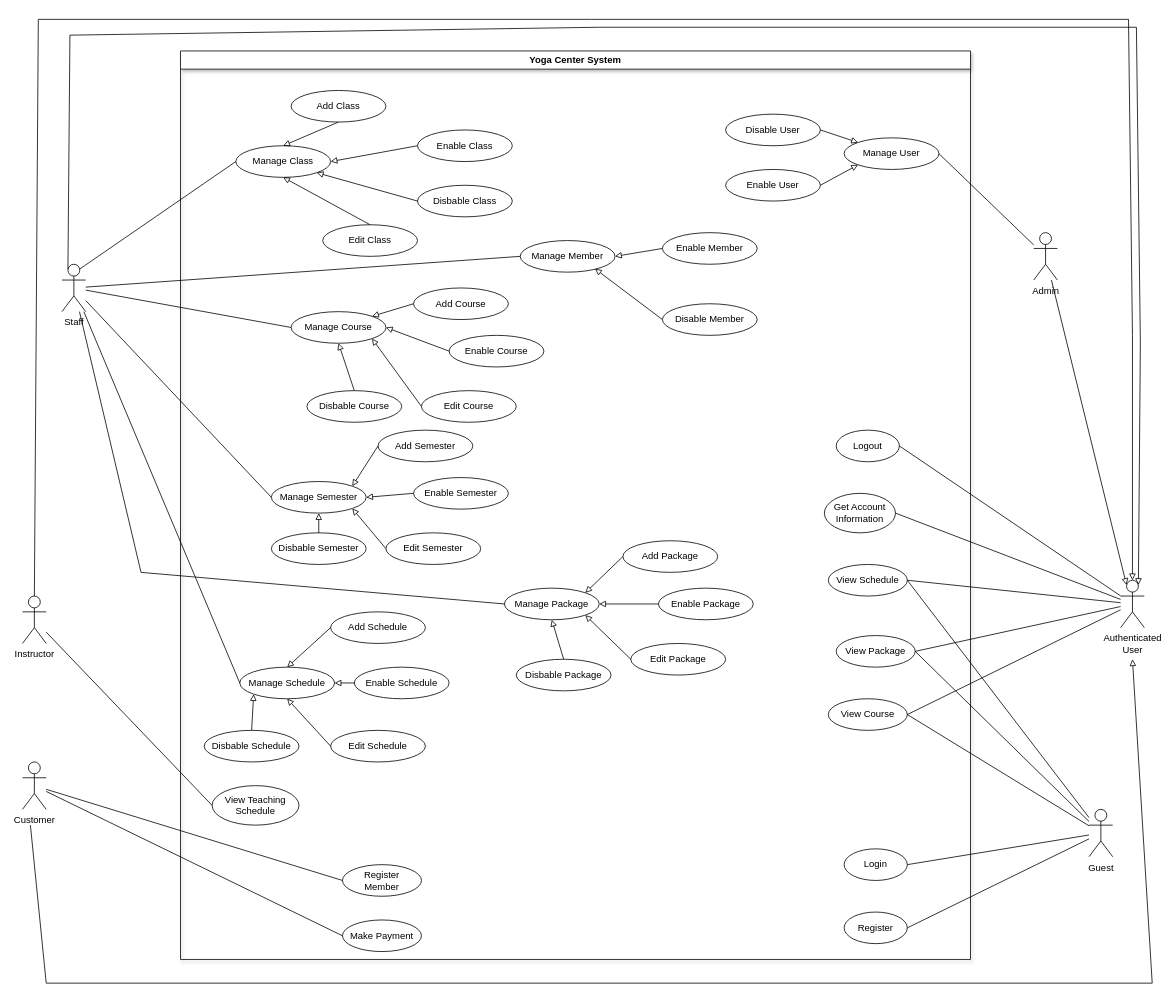
The draw.io diagram page "SWR1" (4 of 4) of Untitled Diagram.drawio in minhng-178/web-starter-projects, before the edit. Source tidied: cells renumbered, new cells numbered last; positions are measured from the earlier drawing's top-left corner, leaving out a move shared by most shapes. Both pictures are drawn from the tidied source at 79%, with x=0, y=0 at pixel (22, 19).
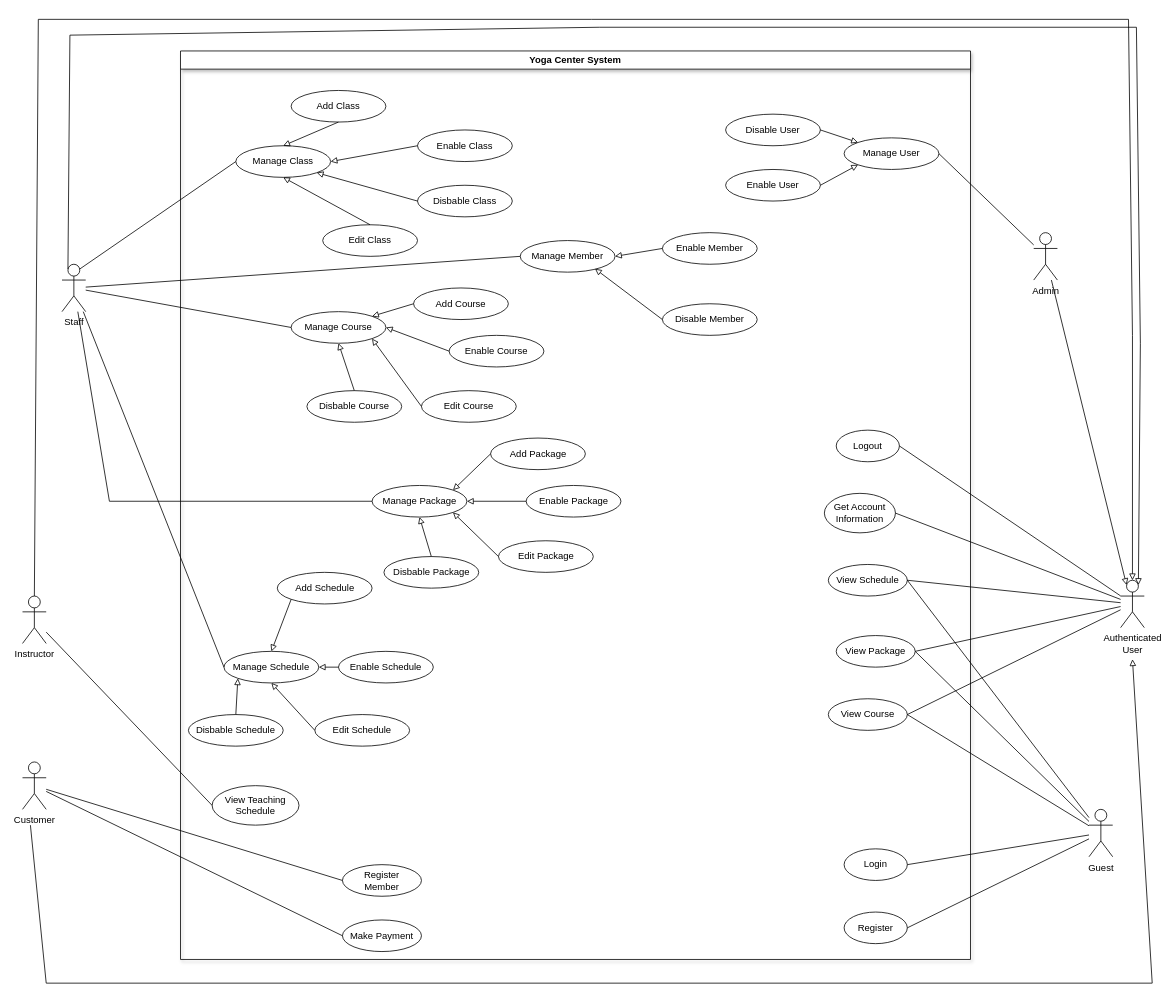
The same diagram, later.

Unchanged cells that the change refers to:
```xml
<mxCell id="2" value="Yoga Center System" style="swimlane;whiteSpace=wrap;html=1;shadow=1;fontStyle=1;" parent="1" vertex="1">
  <mxGeometry x="200" y="40" width="1000" height="1150" as="geometry" />
</mxCell>
<mxCell id="82" value="Staff" style="shape=umlActor;verticalLabelPosition=bottom;verticalAlign=top;html=1;outlineConnect=0;" parent="1" vertex="1">
  <mxGeometry x="50" y="310" width="30" height="60" as="geometry" />
</mxCell>
```

Diff of the diagram source:
```diff
@@
     <mxCell id="34" value="Enable Schedule" style="ellipse;whiteSpace=wrap;html=1;" parent="2" vertex="1">
-      <mxGeometry x="220" y="780" width="120" height="40" as="geometry" />
+      <mxGeometry x="200" y="760" width="120" height="40" as="geometry" />
     </mxCell>
@@
     <mxCell id="36" value="Disbable Schedule" style="ellipse;whiteSpace=wrap;html=1;" parent="2" vertex="1">
-      <mxGeometry x="30" y="860" width="120" height="40" as="geometry" />
+      <mxGeometry x="10" y="840" width="120" height="40" as="geometry" />
     </mxCell>
     <mxCell id="37" value="Edit Schedule" style="ellipse;whiteSpace=wrap;html=1;" parent="2" vertex="1">
-      <mxGeometry x="190" y="860" width="120" height="40" as="geometry" />
+      <mxGeometry x="170" y="840" width="120" height="40" as="geometry" />
     </mxCell>
@@
     <mxCell id="40" value="Manage Schedule" style="ellipse;whiteSpace=wrap;html=1;" parent="2" vertex="1">
-      <mxGeometry x="75" y="780" width="120" height="40" as="geometry" />
+      <mxGeometry x="55" y="760" width="120" height="40" as="geometry" />
     </mxCell>
@@
-    <mxCell id="46" value="Manage Semester" style="ellipse;whiteSpace=wrap;html=1;" parent="2" vertex="1">
-      <mxGeometry x="115" y="545" width="120" height="40" as="geometry" />
-    </mxCell>
-    <mxCell id="47" value="Add Semester" style="ellipse;whiteSpace=wrap;html=1;" parent="2" vertex="1">
-      <mxGeometry x="250" y="480" width="120" height="40" as="geometry" />
-    </mxCell>
-    <mxCell id="48" value="Enable Semester" style="ellipse;whiteSpace=wrap;html=1;" parent="2" vertex="1">
-      <mxGeometry x="295" y="540" width="120" height="40" as="geometry" />
-    </mxCell>
-    <mxCell id="49" value="Disbable Semester" style="ellipse;whiteSpace=wrap;html=1;" parent="2" vertex="1">
-      <mxGeometry x="115" y="610" width="120" height="40" as="geometry" />
-    </mxCell>
-    <mxCell id="50" value="Edit Semester" style="ellipse;whiteSpace=wrap;html=1;" parent="2" vertex="1">
-      <mxGeometry x="260" y="610" width="120" height="40" as="geometry" />
-    </mxCell>
-    <mxCell id="51" style="endArrow=block;html=1;rounded=0;entryX=0.5;entryY=1;entryDx=0;entryDy=0;endFill=0;exitX=0.5;exitY=0;exitDx=0;exitDy=0;" parent="2" edge="1" source="49" target="46">
-      <mxGeometry relative="1" as="geometry" />
-    </mxCell>
-    <mxCell id="52" style="endArrow=block;html=1;rounded=0;entryX=1;entryY=0;entryDx=0;entryDy=0;endFill=0;exitX=0;exitY=0.5;exitDx=0;exitDy=0;" parent="2" edge="1" source="47" target="46">
-      <mxGeometry relative="1" as="geometry" />
-    </mxCell>
-    <mxCell id="53" style="endArrow=block;html=1;rounded=0;entryX=1;entryY=0.5;entryDx=0;entryDy=0;endFill=0;exitX=0;exitY=0.5;exitDx=0;exitDy=0;" parent="2" edge="1" source="48" target="46">
-      <mxGeometry relative="1" as="geometry" />
-    </mxCell>
-    <mxCell id="54" style="endArrow=block;html=1;rounded=0;entryX=1;entryY=1;entryDx=0;entryDy=0;endFill=0;exitX=0;exitY=0.5;exitDx=0;exitDy=0;" parent="2" edge="1" source="50" target="46">
-      <mxGeometry relative="1" as="geometry" />
-    </mxCell>
@@
     <mxCell id="56" value="Manage Package" style="ellipse;whiteSpace=wrap;html=1;" parent="2" vertex="1">
-      <mxGeometry x="410" y="680" width="120" height="40" as="geometry" />
+      <mxGeometry x="242.5" y="550" width="120" height="40" as="geometry" />
     </mxCell>
     <mxCell id="57" value="Add Package" style="ellipse;whiteSpace=wrap;html=1;" parent="2" vertex="1">
-      <mxGeometry x="560" y="620" width="120" height="40" as="geometry" />
+      <mxGeometry x="392.5" y="490" width="120" height="40" as="geometry" />
     </mxCell>
     <mxCell id="58" value="Enable Package" style="ellipse;whiteSpace=wrap;html=1;" parent="2" vertex="1">
-      <mxGeometry x="605" y="680" width="120" height="40" as="geometry" />
+      <mxGeometry x="437.5" y="550" width="120" height="40" as="geometry" />
     </mxCell>
     <mxCell id="59" value="Disbable Package" style="ellipse;whiteSpace=wrap;html=1;" parent="2" vertex="1">
-      <mxGeometry x="425" y="770" width="120" height="40" as="geometry" />
+      <mxGeometry x="257.5" y="640" width="120" height="40" as="geometry" />
     </mxCell>
     <mxCell id="60" value="Edit Package" style="ellipse;whiteSpace=wrap;html=1;" parent="2" vertex="1">
-      <mxGeometry x="570" y="750" width="120" height="40" as="geometry" />
+      <mxGeometry x="402.5" y="620" width="120" height="40" as="geometry" />
     </mxCell>
@@
     <mxCell id="66" value="Add Schedule" style="ellipse;whiteSpace=wrap;html=1;" parent="2" vertex="1">
-      <mxGeometry x="190" y="710" width="120" height="40" as="geometry" />
+      <mxGeometry x="122.5" y="660" width="120" height="40" as="geometry" />
     </mxCell>
-    <mxCell id="67" style="endArrow=block;html=1;rounded=0;entryX=0.5;entryY=0;entryDx=0;entryDy=0;endFill=0;exitX=0;exitY=0.5;exitDx=0;exitDy=0;" parent="2" edge="1" source="66" target="40">
+    <mxCell id="67" style="endArrow=block;html=1;rounded=0;entryX=0.5;entryY=0;entryDx=0;entryDy=0;endFill=0;exitX=0;exitY=1;exitDx=0;exitDy=0;" parent="2" edge="1" source="66" target="40">
       <mxGeometry relative="1" as="geometry" />
     </mxCell>
@@
-    <mxCell id="89" style="endArrow=none;html=1;rounded=0;entryX=0;entryY=0.5;entryDx=0;entryDy=0;" parent="1" edge="1" source="82" target="46">
-      <mxGeometry relative="1" as="geometry" />
-    </mxCell>
@@
     <mxCell id="91" style="endArrow=none;html=1;rounded=0;entryX=0;entryY=0.5;entryDx=0;entryDy=0;" parent="1" edge="1" source="82" target="56">
       <mxGeometry relative="1" as="geometry">
         <Array as="points">
-          <mxPoint x="150" y="700" />
+          <mxPoint x="110" y="610" />
         </Array>
       </mxGeometry>
     </mxCell>
```
